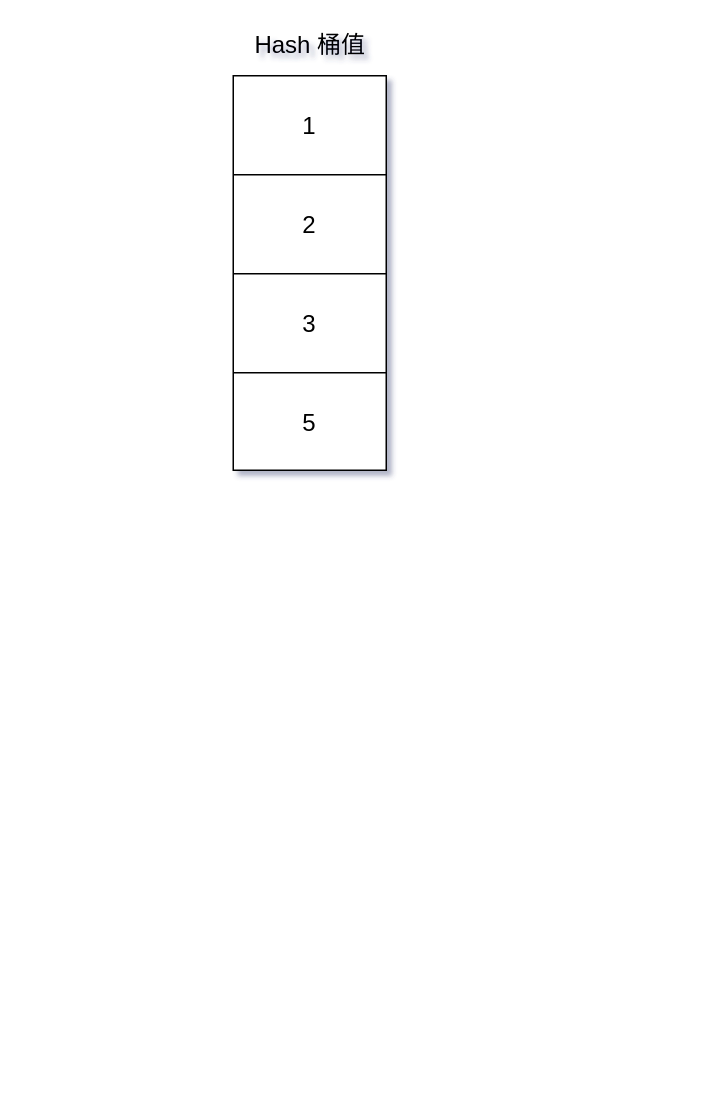
Earlier version of the draw.io diagram learn/redis 数据结构.drawio (Leo-Lee-j/sketch). Source tidied: cells renumbered, new cells numbered last; positions are measured from the earlier drawing's top-left corner, leaving out a move shared by most shapes. Both pictures are drawn from the tidied source at 150%, with x=0, y=0 at pixel (232, 26).
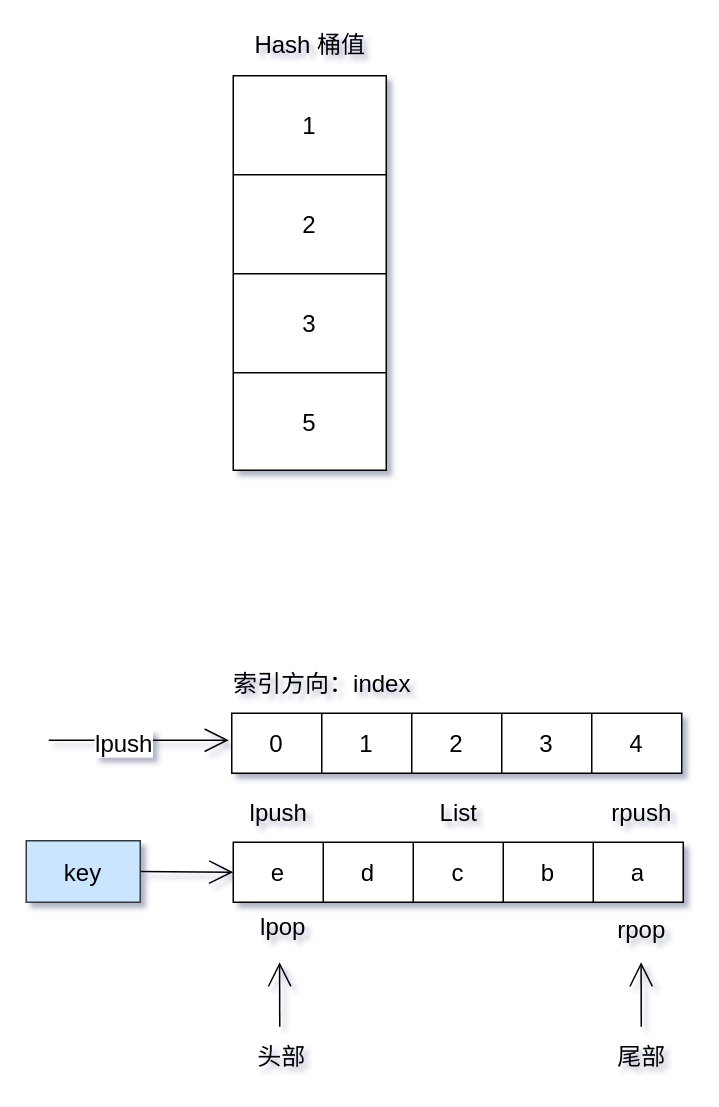
The same page after the edit.

Commit message:
更新redis 数据结构.drawio

What changed in the source:
```diff
@@
+    <mxCell id="12" style="shape=table;startSize=0;childLayout=tableLayout;hachureGap=4;fontSize=16;" parent="1" vertex="1">
+      <mxGeometry y="544" width="300" height="40" as="geometry" />
+    </mxCell>
+    <mxCell id="13" style="shape=tableRow;horizontal=0;startSize=0;swimlaneHead=0;swimlaneBody=0;top=0;left=0;bottom=0;right=0;fillColor=none;points=[[0,0.5],[1,0.5]];portConstraint=eastwest;hachureGap=4;fontSize=16;" parent="12" vertex="1">
+      <mxGeometry width="300" height="40" as="geometry" />
+    </mxCell>
+    <mxCell id="14" value="e" style="shape=partialRectangle;html=1;whiteSpace=wrap;overflow=hidden;fillColor=none;top=0;left=0;bottom=0;right=0;hachureGap=4;fontSize=16;" parent="13" vertex="1">
+      <mxGeometry width="60" height="40" as="geometry" />
+    </mxCell>
+    <mxCell id="15" value="d" style="shape=partialRectangle;html=1;whiteSpace=wrap;overflow=hidden;fillColor=none;top=0;left=0;bottom=0;right=0;hachureGap=4;fontSize=16;" parent="13" vertex="1">
+      <mxGeometry x="60" width="60" height="40" as="geometry" />
+    </mxCell>
+    <mxCell id="16" value="c" style="shape=partialRectangle;html=1;whiteSpace=wrap;overflow=hidden;fillColor=none;top=0;left=0;bottom=0;right=0;hachureGap=4;fontSize=16;" parent="13" vertex="1">
+      <mxGeometry x="120" width="60" height="40" as="geometry" />
+    </mxCell>
+    <mxCell id="17" value="b" style="shape=partialRectangle;html=1;whiteSpace=wrap;overflow=hidden;fillColor=none;top=0;left=0;bottom=0;right=0;hachureGap=4;fontSize=16;" parent="13" vertex="1">
+      <mxGeometry x="180" width="60" height="40" as="geometry" />
+    </mxCell>
+    <mxCell id="18" value="a" style="shape=partialRectangle;html=1;whiteSpace=wrap;overflow=hidden;fillColor=none;top=0;left=0;bottom=0;right=0;hachureGap=4;fontSize=16;" parent="13" vertex="1">
+      <mxGeometry x="240" width="60" height="40" as="geometry" />
+    </mxCell>
+    <mxCell id="19" value="List" style="text;html=1;align=center;verticalAlign=middle;strokeColor=none;fillColor=none;hachureGap=4;fontSize=16;" parent="1" vertex="1">
+      <mxGeometry x="132.5" y="512" width="35" height="23" as="geometry" />
+    </mxCell>
+    <mxCell id="20" style="edgeStyle=none;orthogonalLoop=1;jettySize=auto;html=1;rounded=0;fontSize=12;endArrow=open;startSize=14;endSize=14;sourcePerimeterSpacing=8;targetPerimeterSpacing=8;curved=1;entryX=0.103;entryY=1.075;entryDx=0;entryDy=0;entryPerimeter=0;" parent="1" edge="1">
+      <mxGeometry relative="1" as="geometry">
+        <mxPoint x="31" y="667" as="sourcePoint" />
+        <mxPoint x="30.9" y="624" as="targetPoint" />
+      </mxGeometry>
+    </mxCell>
+    <mxCell id="21" value="头部" style="text;html=1;align=center;verticalAlign=middle;strokeColor=none;fillColor=none;hachureGap=4;fontSize=16;" parent="1" vertex="1">
+      <mxGeometry x="11" y="675" width="42" height="23" as="geometry" />
+    </mxCell>
+    <mxCell id="22" style="edgeStyle=none;orthogonalLoop=1;jettySize=auto;html=1;rounded=0;fontSize=12;endArrow=open;startSize=14;endSize=14;sourcePerimeterSpacing=8;targetPerimeterSpacing=8;curved=1;entryX=0.103;entryY=1.075;entryDx=0;entryDy=0;entryPerimeter=0;" parent="1" edge="1">
+      <mxGeometry relative="1" as="geometry">
+        <mxPoint x="272" y="667" as="sourcePoint" />
+        <mxPoint x="271.9" y="624" as="targetPoint" />
+      </mxGeometry>
+    </mxCell>
+    <mxCell id="23" value="尾部" style="text;html=1;align=center;verticalAlign=middle;strokeColor=none;fillColor=none;hachureGap=4;fontSize=16;" parent="1" vertex="1">
+      <mxGeometry x="251" y="675" width="42" height="23" as="geometry" />
+    </mxCell>
+    <mxCell id="24" value="lpush" style="text;html=1;align=center;verticalAlign=middle;strokeColor=none;fillColor=none;hachureGap=4;fontSize=16;" parent="1" vertex="1">
+      <mxGeometry x="6" y="512" width="48" height="23" as="geometry" />
+    </mxCell>
+    <mxCell id="25" value="rpush" style="text;html=1;align=center;verticalAlign=middle;strokeColor=none;fillColor=none;hachureGap=4;fontSize=16;" parent="1" vertex="1">
+      <mxGeometry x="247" y="512" width="50" height="23" as="geometry" />
+    </mxCell>
+    <mxCell id="26" value="lpop" style="text;html=1;align=center;verticalAlign=middle;strokeColor=none;fillColor=none;hachureGap=4;fontSize=16;" parent="1" vertex="1">
+      <mxGeometry x="13" y="588" width="40" height="23" as="geometry" />
+    </mxCell>
+    <mxCell id="27" value="rpop" style="text;html=1;align=center;verticalAlign=middle;strokeColor=none;fillColor=none;hachureGap=4;fontSize=16;" parent="1" vertex="1">
+      <mxGeometry x="251" y="590" width="42" height="23" as="geometry" />
+    </mxCell>
+    <mxCell id="28" style="edgeStyle=none;curved=1;rounded=0;jettySize=auto;html=1;exitX=1;exitY=0.5;exitDx=0;exitDy=0;entryX=0;entryY=0.5;entryDx=0;entryDy=0;fontSize=12;endArrow=open;startSize=14;endSize=14;sourcePerimeterSpacing=8;targetPerimeterSpacing=8;" parent="1" edge="1" source="29" target="13">
+      <mxGeometry relative="1" as="geometry" />
+    </mxCell>
+    <mxCell id="29" value="key" style="rounded=0;whiteSpace=wrap;html=1;hachureGap=4;fontSize=16;fillColor=#cce5ff;strokeColor=#36393d;" parent="1" vertex="1">
+      <mxGeometry x="-138" y="543" width="76" height="41" as="geometry" />
+    </mxCell>
+    <mxCell id="30" value="索引方向：index" style="text;html=1;align=center;verticalAlign=middle;strokeColor=none;fillColor=none;hachureGap=4;fontSize=16;" parent="1" vertex="1">
+      <mxGeometry x="-5" y="426" width="128" height="23" as="geometry" />
+    </mxCell>
+    <mxCell id="31" style="edgeStyle=none;orthogonalLoop=1;jettySize=auto;html=1;rounded=0;fontSize=12;endArrow=open;startSize=14;endSize=14;sourcePerimeterSpacing=8;targetPerimeterSpacing=8;curved=1;" parent="1" edge="1">
+      <mxGeometry relative="1" as="geometry">
+        <mxPoint x="-123" y="476" as="sourcePoint" />
+        <mxPoint x="-3" y="476" as="targetPoint" />
+      </mxGeometry>
+    </mxCell>
+    <mxCell id="32" value="lpush" style="edgeLabel;html=1;align=center;verticalAlign=middle;fontSize=16;" parent="31" vertex="1">
+      <mxGeometry x="-0.18" y="-1" relative="1" as="geometry" />
+    </mxCell>
+    <mxCell id="33" style="shape=table;startSize=0;childLayout=tableLayout;hachureGap=4;fontSize=16;" parent="1" vertex="1">
+      <mxGeometry x="-1" y="458" width="300" height="40" as="geometry" />
+    </mxCell>
+    <mxCell id="34" style="shape=tableRow;horizontal=0;startSize=0;swimlaneHead=0;swimlaneBody=0;top=0;left=0;bottom=0;right=0;fillColor=none;hachureGap=4;fontSize=16;" parent="33" vertex="1">
+      <mxGeometry width="300" height="40" as="geometry" />
+    </mxCell>
+    <mxCell id="35" value="0" style="shape=partialRectangle;html=1;whiteSpace=wrap;overflow=hidden;fillColor=none;top=0;left=0;bottom=0;right=0;hachureGap=4;fontSize=16;" parent="34" vertex="1">
+      <mxGeometry width="60" height="40" as="geometry" />
+    </mxCell>
+    <mxCell id="36" value="1" style="shape=partialRectangle;html=1;whiteSpace=wrap;overflow=hidden;fillColor=none;top=0;left=0;bottom=0;right=0;hachureGap=4;fontSize=16;" parent="34" vertex="1">
+      <mxGeometry x="60" width="60" height="40" as="geometry" />
+    </mxCell>
+    <mxCell id="37" value="2" style="shape=partialRectangle;html=1;whiteSpace=wrap;overflow=hidden;fillColor=none;top=0;left=0;bottom=0;right=0;hachureGap=4;fontSize=16;" parent="34" vertex="1">
+      <mxGeometry x="120" width="60" height="40" as="geometry" />
+    </mxCell>
+    <mxCell id="38" value="3" style="shape=partialRectangle;html=1;whiteSpace=wrap;overflow=hidden;fillColor=none;top=0;left=0;bottom=0;right=0;hachureGap=4;fontSize=16;" parent="34" vertex="1">
+      <mxGeometry x="180" width="60" height="40" as="geometry" />
+    </mxCell>
+    <mxCell id="39" value="4" style="shape=partialRectangle;html=1;whiteSpace=wrap;overflow=hidden;fillColor=none;top=0;left=0;bottom=0;right=0;hachureGap=4;fontSize=16;" parent="34" vertex="1">
+      <mxGeometry x="240" width="60" height="40" as="geometry" />
+    </mxCell>
```
